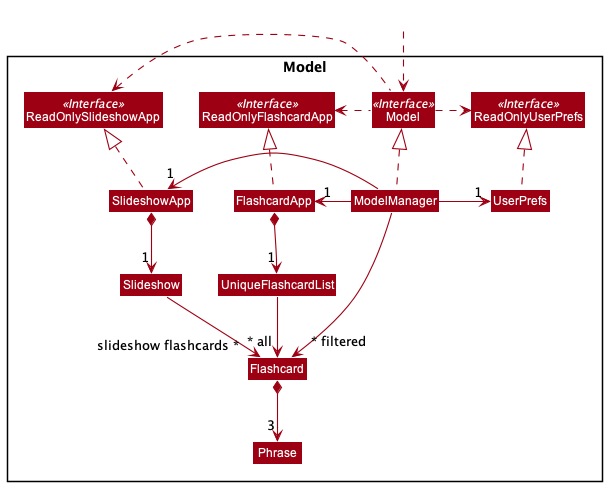
The PlantUML diagram docs/images/ModelClassDiagram.png in sharmainec/tp, before a commit.
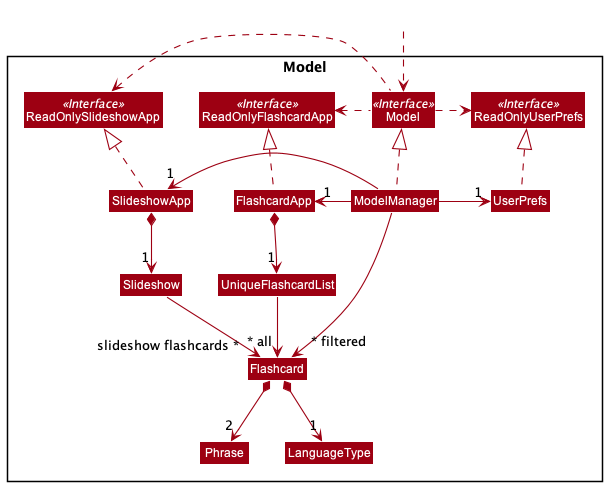
After the commit.

Commit message:
Update flashcard multiplicity in model class diagram

Change to the diagram source:
```diff
@@ -22,6 +22,7 @@
 Class UniqueFlashcardList
 Class Flashcard
 Class Phrase
+Class LanguageType
 Class Slideshow
 
 }
@@ -43,7 +44,8 @@
 
 FlashcardApp *--> "1" UniqueFlashcardList
 UniqueFlashcardList --> "~* all" Flashcard
-Flashcard *--> "3" Phrase
+Flashcard *--> "2" Phrase
+Flashcard *--> "1" LanguageType
 
 SlideshowApp *--> "1" Slideshow
 Slideshow --> "slideshow flashcards ~*" Flashcard
```
